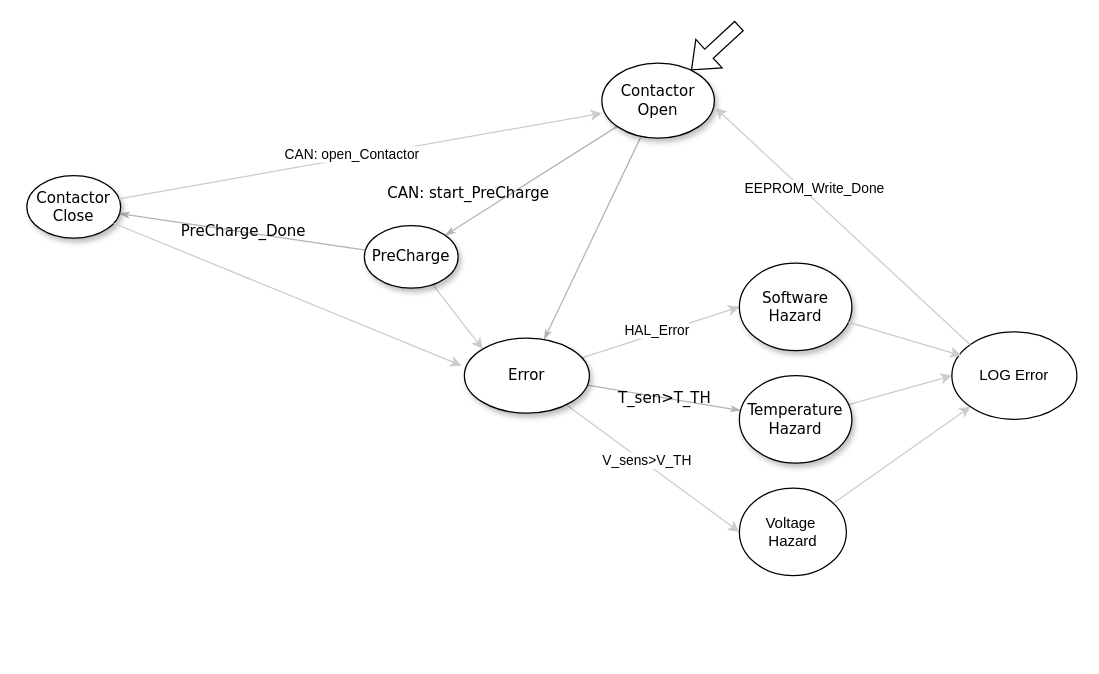
Earlier version of the draw.io diagram ST/EcoMCU/mcuStateMachine.drawio (LeonardoTTI/Precharge_Control). Source tidied: cells renumbered, new cells numbered last; positions are measured from the earlier drawing's top-left corner, leaving out a move shared by most shapes. Both pictures are drawn from the tidied source at 125%, with x=0, y=0 at pixel (26, 25).
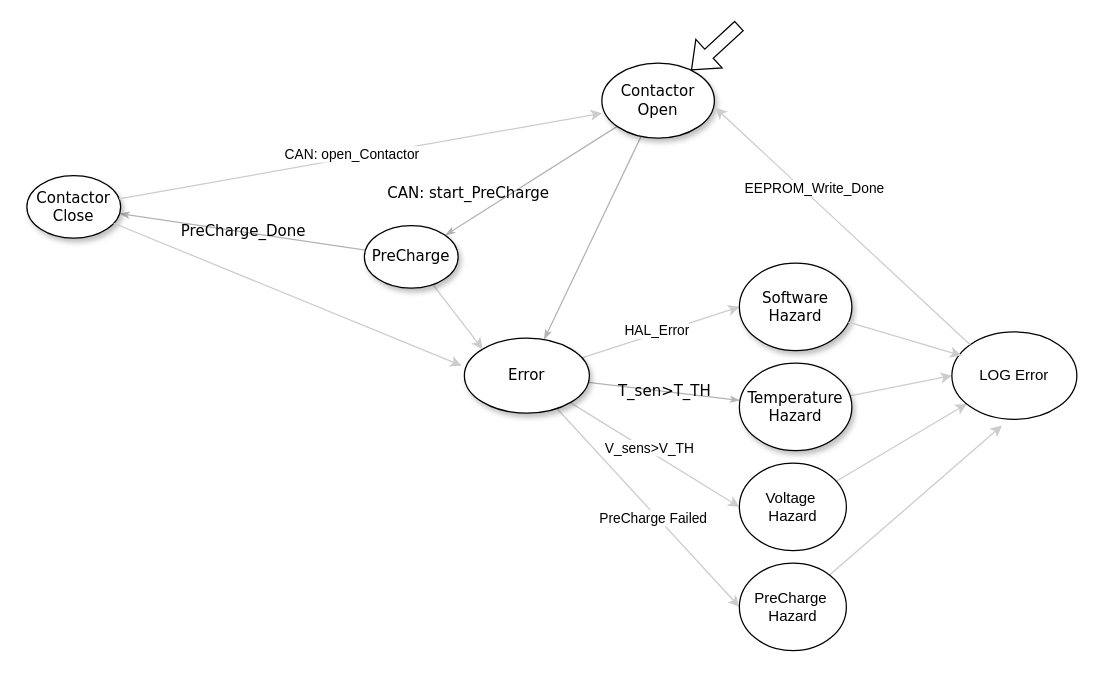
The same diagram, later.

The change refers to these unchanged cells:
```xml
<mxCell id="10" value="&lt;span&gt;Error&lt;/span&gt;" style="ellipse;whiteSpace=wrap;html=1;rounded=0;shadow=1;comic=0;labelBackgroundColor=none;strokeWidth=1;fontFamily=Verdana;fontSize=12;align=center;" parent="1" vertex="1">
  <mxGeometry x="350" y="250" width="100" height="60" as="geometry" />
</mxCell>
```

Diff of the diagram source:
```diff
@@
+    <mxCell id="28" style="rounded=0;jettySize=auto;html=1;entryX=0;entryY=0.5;entryDx=0;entryDy=0;strokeColor=#CCCCCC;" parent="1" edge="1" source="10" target="31">
+      <mxGeometry relative="1" as="geometry" />
+    </mxCell>
+    <mxCell id="29" value="PreCharge Failed" style="edgeLabel;html=1;align=center;verticalAlign=middle;" parent="28" vertex="1">
+      <mxGeometry x="0.08" y="-3" relative="1" as="geometry" />
+    </mxCell>
@@
     <mxCell id="13" value="&lt;span&gt;Temperature Hazard&lt;/span&gt;" style="ellipse;whiteSpace=wrap;html=1;rounded=0;shadow=1;comic=0;labelBackgroundColor=none;strokeWidth=1;fontFamily=Verdana;fontSize=12;align=center;" parent="1" vertex="1">
-      <mxGeometry x="570" y="280" width="90" height="70" as="geometry" />
+      <mxGeometry x="570" y="270" width="90" height="70" as="geometry" />
     </mxCell>
@@
     <mxCell id="21" value="Voltage&amp;nbsp;&lt;div&gt;Hazard&lt;/div&gt;" style="ellipse;whiteSpace=wrap;html=1;" parent="1" vertex="1">
-      <mxGeometry x="570" y="370" width="85.6" height="70" as="geometry" />
+      <mxGeometry x="570" y="350" width="85.6" height="70" as="geometry" />
     </mxCell>
@@
+    <mxCell id="30" style="rounded=0;jettySize=auto;html=1;strokeColor=#CCCCCC;" parent="1" edge="1" source="31">
+      <mxGeometry relative="1" as="geometry">
+        <mxPoint x="780" y="320" as="targetPoint" />
+      </mxGeometry>
+    </mxCell>
+    <mxCell id="31" value="PreCharge&amp;nbsp;&lt;div&gt;Hazard&lt;/div&gt;" style="ellipse;whiteSpace=wrap;html=1;" parent="1" vertex="1">
+      <mxGeometry x="570" y="430" width="85.6" height="70" as="geometry" />
+    </mxCell>
```
